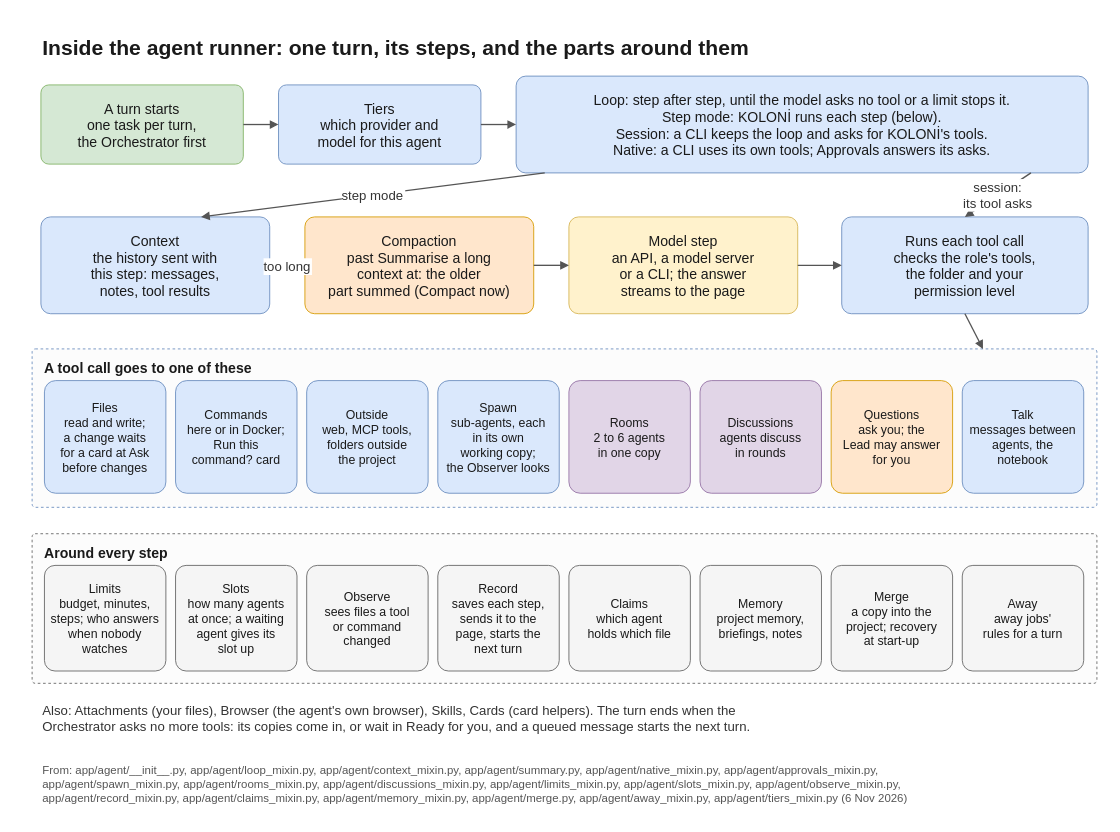
Above: docs/diagrams/runner.drawio in flyingriverhorse/Koloni (draw.io), before the change. Source tidied: cells renumbered, new cells numbered last; positions are measured from the earlier drawing's top-left corner, leaving out a move shared by most shapes. Both pictures are drawn from the tidied source at 88%, with x=0, y=0 at pixel (14, 14).
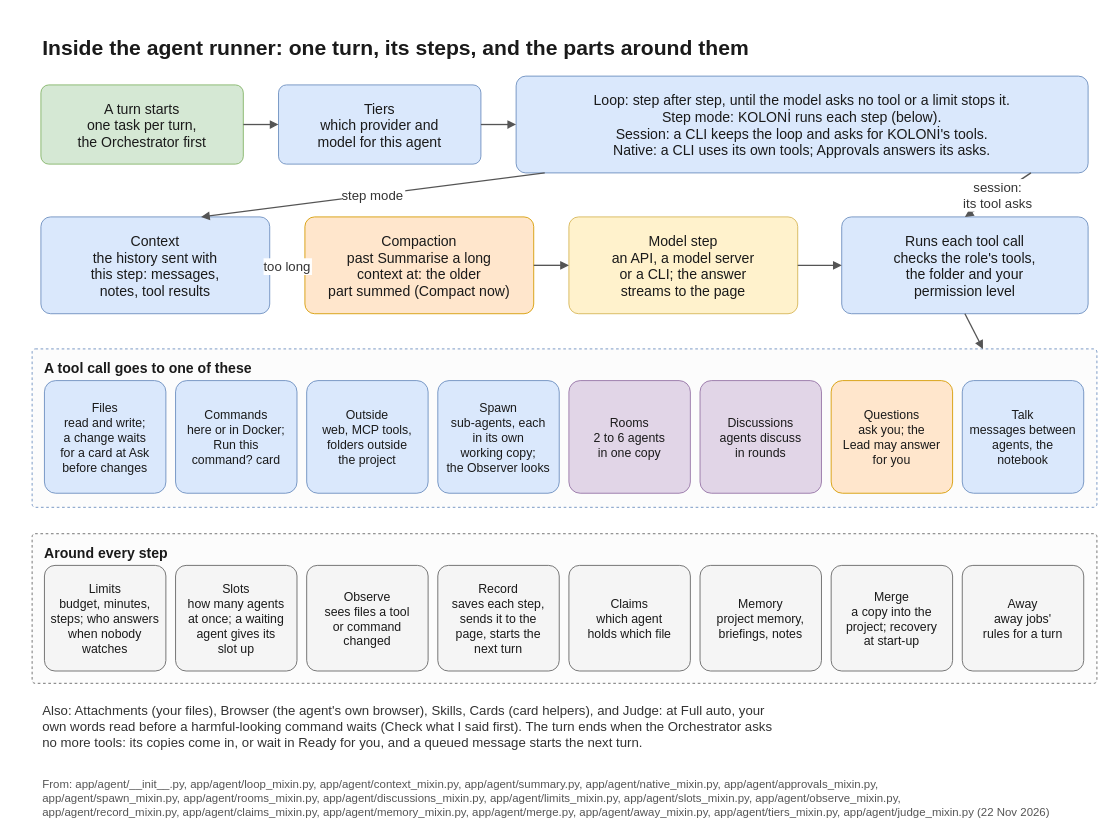
After the change.

Commit message (it also covers changes not shown here):
docs: the review's round - runner diagram, README's room picture, Settings at the new default

What changed in the source:
```diff
@@
     <mxCell id="2" style="rounded=0;fillColor=#ffffff;strokeColor=none;" parent="1" vertex="1">
-      <mxGeometry width="1240" height="890" as="geometry" />
+      <mxGeometry width="1240" height="906" as="geometry" />
     </mxCell>
@@
-    <mxCell id="37" value="Also: Attachments (your files), Browser (the agent's own browser), Skills, Cards (card helpers). The turn ends when the&#10;Orchestrator asks no more tools: its copies come in, or wait in Ready for you, and a queued message starts the next turn." style="text;strokeColor=none;fillColor=none;fontFamily=Helvetica;fontColor=#333333;fontSize=15;align=left;verticalAlign=top;" parent="1" vertex="1">
-      <mxGeometry x="30" y="776" width="1190" height="50" as="geometry" />
+    <mxCell id="37" value="Also: Attachments (your files), Browser (the agent's own browser), Skills, Cards (card helpers), and Judge: at Full auto, your&#10;own words read before a harmful-looking command waits (Check what I said first). The turn ends when the Orchestrator asks&#10;no more tools: its copies come in, or wait in Ready for you, and a queued message starts the next turn." style="text;strokeColor=none;fillColor=none;fontFamily=Helvetica;fontColor=#333333;fontSize=15;align=left;verticalAlign=top;" parent="1" vertex="1">
+      <mxGeometry x="30" y="776" width="1190" height="66" as="geometry" />
     </mxCell>
-    <mxCell id="38" value="From: app/agent/__init__.py, app/agent/loop_mixin.py, app/agent/context_mixin.py, app/agent/summary.py, app/agent/native_mixin.py, app/agent/approvals_mixin.py,&#10;app/agent/spawn_mixin.py, app/agent/rooms_mixin.py, app/agent/discussions_mixin.py, app/agent/limits_mixin.py, app/agent/slots_mixin.py, app/agent/observe_mixin.py,&#10;app/agent/record_mixin.py, app/agent/claims_mixin.py, app/agent/memory_mixin.py, app/agent/merge.py, app/agent/away_mixin.py, app/agent/tiers_mixin.py (6 Nov 2026)" style="text;strokeColor=none;fillColor=none;fontFamily=Helvetica;fontColor=#555555;fontSize=13;align=left;verticalAlign=top;" parent="1" vertex="1">
-      <mxGeometry x="30" y="844" width="1180" height="40" as="geometry" />
+    <mxCell id="38" value="From: app/agent/__init__.py, app/agent/loop_mixin.py, app/agent/context_mixin.py, app/agent/summary.py, app/agent/native_mixin.py, app/agent/approvals_mixin.py,&#10;app/agent/spawn_mixin.py, app/agent/rooms_mixin.py, app/agent/discussions_mixin.py, app/agent/limits_mixin.py, app/agent/slots_mixin.py, app/agent/observe_mixin.py,&#10;app/agent/record_mixin.py, app/agent/claims_mixin.py, app/agent/memory_mixin.py, app/agent/merge.py, app/agent/away_mixin.py, app/agent/tiers_mixin.py, app/agent/judge_mixin.py (22 Nov 2026)" style="text;strokeColor=none;fillColor=none;fontFamily=Helvetica;fontColor=#555555;fontSize=13;align=left;verticalAlign=top;" parent="1" vertex="1">
+      <mxGeometry x="30" y="860" width="1180" height="40" as="geometry" />
     </mxCell>
```
